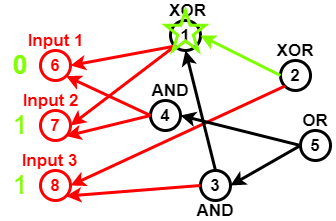
Earlier version of the draw.io export Untitled Diagram.png (sara1024/-CCF201412-2-Z-). Source tidied: cells renumbered, new cells last; positions are measured from the earlier drawing's top-left corner, leaving out a move shared by most shapes. Its diagram source:
```xml
<mxGraphModel>
  <root>
    <mxCell id="0" />
    <mxCell id="1" parent="0" />
    <mxCell id="2" value="6" style="ellipse;whiteSpace=wrap;html=1;fillColor=none;strokeWidth=3;strokeColor=#FF0000;fontStyle=1;fontSize=17;fontColor=#FF0000;" parent="1" vertex="1">
      <mxGeometry x="40" y="50" width="30" height="30" as="geometry" />
    </mxCell>
    <mxCell id="3" value="7" style="ellipse;whiteSpace=wrap;html=1;strokeColor=#FF0000;strokeWidth=3;fillColor=none;fontSize=17;fontColor=#FF0000;fontStyle=1;" parent="1" vertex="1">
      <mxGeometry x="40" y="110" width="30" height="30" as="geometry" />
    </mxCell>
    <mxCell id="4" value="8" style="ellipse;whiteSpace=wrap;html=1;strokeColor=#FF0000;strokeWidth=3;fillColor=none;fontSize=17;fontColor=#FF0000;fontStyle=1;" parent="1" vertex="1">
      <mxGeometry x="40" y="170" width="30" height="30" as="geometry" />
    </mxCell>
    <mxCell id="5" value="1" style="ellipse;whiteSpace=wrap;html=1;strokeWidth=3;fillColor=none;fontSize=17;fontColor=#000000;fontStyle=1;" parent="1" vertex="1">
      <mxGeometry x="170" y="20" width="30" height="30" as="geometry" />
    </mxCell>
    <mxCell id="6" style="endArrow=classic;html=1;fontSize=17;fontColor=#000000;strokeWidth=3;entryX=1;entryY=0.5;entryDx=0;entryDy=0;strokeColor=#FF0000;exitX=0;exitY=1;exitDx=0;exitDy=0;" parent="1" edge="1" source="5" target="2">
      <mxGeometry relative="1" as="geometry" />
    </mxCell>
    <mxCell id="7" style="endArrow=classic;html=1;strokeColor=#FF0000;strokeWidth=3;fontSize=17;fontColor=#000000;entryX=1;entryY=0.5;entryDx=0;entryDy=0;exitX=0;exitY=1;exitDx=0;exitDy=0;" parent="1" edge="1" source="5" target="3">
      <mxGeometry relative="1" as="geometry" />
    </mxCell>
    <mxCell id="8" value="4" style="ellipse;whiteSpace=wrap;html=1;strokeColor=#000000;strokeWidth=3;fillColor=none;fontSize=17;fontColor=#000000;fontStyle=1;" parent="1" vertex="1">
      <mxGeometry x="150" y="100" width="30" height="30" as="geometry" />
    </mxCell>
    <mxCell id="9" style="endArrow=classic;html=1;strokeColor=#FF0000;strokeWidth=3;fontSize=17;fontColor=#000000;entryX=1;entryY=1;entryDx=0;entryDy=0;exitX=0;exitY=0.5;exitDx=0;exitDy=0;" parent="1" edge="1" source="8" target="3">
      <mxGeometry relative="1" as="geometry" />
    </mxCell>
    <mxCell id="10" style="endArrow=classic;html=1;strokeColor=#FF0000;strokeWidth=3;fontSize=17;fontColor=#000000;entryX=1;entryY=1;entryDx=0;entryDy=0;exitX=0;exitY=0.5;exitDx=0;exitDy=0;" parent="1" edge="1" source="8" target="2">
      <mxGeometry relative="1" as="geometry" />
    </mxCell>
    <mxCell id="11" value="3" style="ellipse;whiteSpace=wrap;html=1;strokeColor=#000000;strokeWidth=3;fillColor=none;fontSize=17;fontColor=#000000;fontStyle=1;" parent="1" vertex="1">
      <mxGeometry x="200" y="170" width="30" height="30" as="geometry" />
    </mxCell>
    <mxCell id="12" style="endArrow=classic;html=1;strokeColor=#FF0000;strokeWidth=3;fontSize=17;fontColor=#000000;entryX=1;entryY=1;entryDx=0;entryDy=0;exitX=0;exitY=0.5;exitDx=0;exitDy=0;" parent="1" edge="1" source="11" target="4">
      <mxGeometry relative="1" as="geometry" />
    </mxCell>
    <mxCell id="13" value="2" style="ellipse;whiteSpace=wrap;html=1;strokeColor=#000000;strokeWidth=3;fillColor=none;fontSize=17;fontColor=#000000;fontStyle=1;" parent="1" vertex="1">
      <mxGeometry x="280" y="60" width="30" height="30" as="geometry" />
    </mxCell>
    <mxCell id="14" style="endArrow=classic;html=1;strokeColor=#FF0000;strokeWidth=3;fontSize=17;fontColor=#000000;entryX=1;entryY=0.5;entryDx=0;entryDy=0;exitX=0;exitY=1;exitDx=0;exitDy=0;" parent="1" edge="1" source="13" target="4">
      <mxGeometry relative="1" as="geometry" />
    </mxCell>
    <mxCell id="15" value="5" style="ellipse;whiteSpace=wrap;html=1;strokeColor=#000000;strokeWidth=3;fillColor=none;fontSize=17;fontColor=#000000;fontStyle=1;" parent="1" vertex="1">
      <mxGeometry x="300" y="130" width="30" height="30" as="geometry" />
    </mxCell>
    <mxCell id="16" style="endArrow=classic;html=1;strokeWidth=3;fontSize=17;fontColor=#000000;entryX=1;entryY=0.5;entryDx=0;entryDy=0;exitX=0;exitY=0.5;exitDx=0;exitDy=0;" parent="1" edge="1" source="15" target="8">
      <mxGeometry relative="1" as="geometry" />
    </mxCell>
    <mxCell id="17" style="endArrow=classic;html=1;strokeColor=#000000;strokeWidth=3;fontSize=17;fontColor=#000000;entryX=1;entryY=0.5;entryDx=0;entryDy=0;exitX=0;exitY=0.5;exitDx=0;exitDy=0;" parent="1" edge="1" source="15" target="11">
      <mxGeometry relative="1" as="geometry" />
    </mxCell>
    <mxCell id="18" style="endArrow=classic;html=1;strokeColor=#000000;strokeWidth=3;fontSize=17;fontColor=#000000;entryX=0.5;entryY=1;entryDx=0;entryDy=0;exitX=0.5;exitY=0;exitDx=0;exitDy=0;" parent="1" edge="1" source="11" target="5">
      <mxGeometry relative="1" as="geometry" />
    </mxCell>
    <mxCell id="19" style="endArrow=classic;html=1;strokeWidth=3;fontSize=17;entryX=1;entryY=0.5;entryDx=0;entryDy=0;exitX=0;exitY=0.5;exitDx=0;exitDy=0;strokeColor=#80FF00;" parent="1" edge="1" source="13" target="5">
      <mxGeometry relative="1" as="geometry" />
    </mxCell>
    <mxCell id="20" value="XOR" style="text;html=1;strokeColor=none;fillColor=none;align=center;verticalAlign=middle;whiteSpace=wrap;rounded=0;fontSize=17;fontColor=#000000;fontStyle=1;" parent="1" vertex="1">
      <mxGeometry x="165" width="45" height="20" as="geometry" />
    </mxCell>
    <mxCell id="21" value="XOR" style="text;html=1;strokeColor=none;fillColor=none;align=center;verticalAlign=middle;whiteSpace=wrap;rounded=0;fontSize=17;fontColor=#000000;fontStyle=1;" parent="1" vertex="1">
      <mxGeometry x="275" y="40" width="40" height="20" as="geometry" />
    </mxCell>
    <mxCell id="22" value="OR" style="text;html=1;strokeColor=none;fillColor=none;align=center;verticalAlign=middle;whiteSpace=wrap;rounded=0;fontSize=17;fontColor=#000000;fontStyle=1;" parent="1" vertex="1">
      <mxGeometry x="295" y="110" width="40" height="20" as="geometry" />
    </mxCell>
    <mxCell id="23" value="AND" style="text;html=1;strokeColor=none;fillColor=none;align=center;verticalAlign=middle;whiteSpace=wrap;rounded=0;fontSize=17;fontColor=#000000;fontStyle=1;" parent="1" vertex="1">
      <mxGeometry x="195" y="200" width="40" height="20" as="geometry" />
    </mxCell>
    <mxCell id="24" value="AND" style="text;html=1;strokeColor=none;fillColor=none;align=center;verticalAlign=middle;whiteSpace=wrap;rounded=0;fontSize=17;fontColor=#000000;fontStyle=1;" parent="1" vertex="1">
      <mxGeometry x="150" y="80" width="40" height="20" as="geometry" />
    </mxCell>
    <mxCell id="25" value="Input 1" style="text;html=1;strokeColor=none;fillColor=none;align=center;verticalAlign=middle;whiteSpace=wrap;rounded=0;fontSize=17;fontStyle=1;fontColor=#FF0000;" parent="1" vertex="1">
      <mxGeometry x="17.5" y="30" width="75" height="20" as="geometry" />
    </mxCell>
    <mxCell id="26" value="Input 2" style="text;html=1;strokeColor=none;fillColor=none;align=center;verticalAlign=middle;whiteSpace=wrap;rounded=0;fontSize=17;fontColor=#FF0000;fontStyle=1;" parent="1" vertex="1">
      <mxGeometry x="17.5" y="90" width="65" height="20" as="geometry" />
    </mxCell>
    <mxCell id="27" value="Input 3" style="text;html=1;strokeColor=none;fillColor=none;align=center;verticalAlign=middle;whiteSpace=wrap;rounded=0;fontSize=17;fontColor=#FF0000;fontStyle=1;" parent="1" vertex="1">
      <mxGeometry x="17.5" y="150" width="62.5" height="20" as="geometry" />
    </mxCell>
    <mxCell id="28" style="verticalLabelPosition=bottom;verticalAlign=top;html=1;shape=mxgraph.basic.star;strokeColor=#80FF00;strokeWidth=3;fillColor=none;gradientColor=none;fontSize=17;fontColor=#FF0000;" parent="1" vertex="1">
      <mxGeometry x="165" y="10" width="40" height="40" as="geometry" />
    </mxCell>
    <mxCell id="29" value="0" style="text;html=1;strokeColor=none;fillColor=none;align=center;verticalAlign=middle;whiteSpace=wrap;rounded=0;fontSize=26;fontStyle=1;fontColor=#80FF00;" parent="1" vertex="1">
      <mxGeometry y="55" width="40" height="20" as="geometry" />
    </mxCell>
    <mxCell id="30" value="1" style="text;html=1;strokeColor=none;fillColor=none;align=center;verticalAlign=middle;whiteSpace=wrap;rounded=0;fontSize=26;fontColor=#80FF00;" parent="1" vertex="1">
      <mxGeometry y="115" width="40" height="20" as="geometry" />
    </mxCell>
    <mxCell id="31" value="1" style="text;html=1;strokeColor=none;fillColor=none;align=center;verticalAlign=middle;whiteSpace=wrap;rounded=0;fontSize=26;fontColor=#80FF00;" parent="1" vertex="1">
      <mxGeometry y="175" width="40" height="20" as="geometry" />
    </mxCell>
  </root>
</mxGraphModel>
```
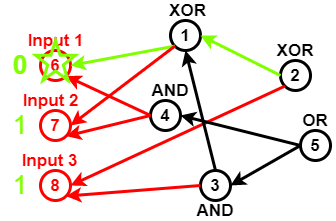
Above is the later version.

What changed in the source:
```diff
@@ -14,7 +14,7 @@
     <mxCell id="5" value="1" style="ellipse;whiteSpace=wrap;html=1;strokeWidth=3;fillColor=none;fontSize=17;fontColor=#000000;fontStyle=1;" parent="1" vertex="1">
       <mxGeometry x="170" y="20" width="30" height="30" as="geometry" />
     </mxCell>
-    <mxCell id="6" style="endArrow=classic;html=1;fontSize=17;fontColor=#000000;strokeWidth=3;entryX=1;entryY=0.5;entryDx=0;entryDy=0;strokeColor=#FF0000;exitX=0;exitY=1;exitDx=0;exitDy=0;" parent="1" edge="1" source="5" target="2">
+    <mxCell id="6" style="endArrow=classic;html=1;fontSize=17;fontColor=#000000;strokeWidth=3;entryX=1;entryY=0.5;entryDx=0;entryDy=0;exitX=0;exitY=1;exitDx=0;exitDy=0;strokeColor=#80FF00;" parent="1" edge="1" source="5" target="2">
       <mxGeometry relative="1" as="geometry" />
     </mxCell>
     <mxCell id="7" style="endArrow=classic;html=1;strokeColor=#FF0000;strokeWidth=3;fontSize=17;fontColor=#000000;entryX=1;entryY=0.5;entryDx=0;entryDy=0;exitX=0;exitY=1;exitDx=0;exitDy=0;" parent="1" edge="1" source="5" target="3">
@@ -81,7 +81,7 @@
       <mxGeometry x="17.5" y="150" width="62.5" height="20" as="geometry" />
     </mxCell>
     <mxCell id="28" style="verticalLabelPosition=bottom;verticalAlign=top;html=1;shape=mxgraph.basic.star;strokeColor=#80FF00;strokeWidth=3;fillColor=none;gradientColor=none;fontSize=17;fontColor=#FF0000;" parent="1" vertex="1">
-      <mxGeometry x="165" y="10" width="40" height="40" as="geometry" />
+      <mxGeometry x="35" y="40" width="40" height="40" as="geometry" />
     </mxCell>
     <mxCell id="29" value="0" style="text;html=1;strokeColor=none;fillColor=none;align=center;verticalAlign=middle;whiteSpace=wrap;rounded=0;fontSize=26;fontStyle=1;fontColor=#80FF00;" parent="1" vertex="1">
       <mxGeometry y="55" width="40" height="20" as="geometry" />
```
